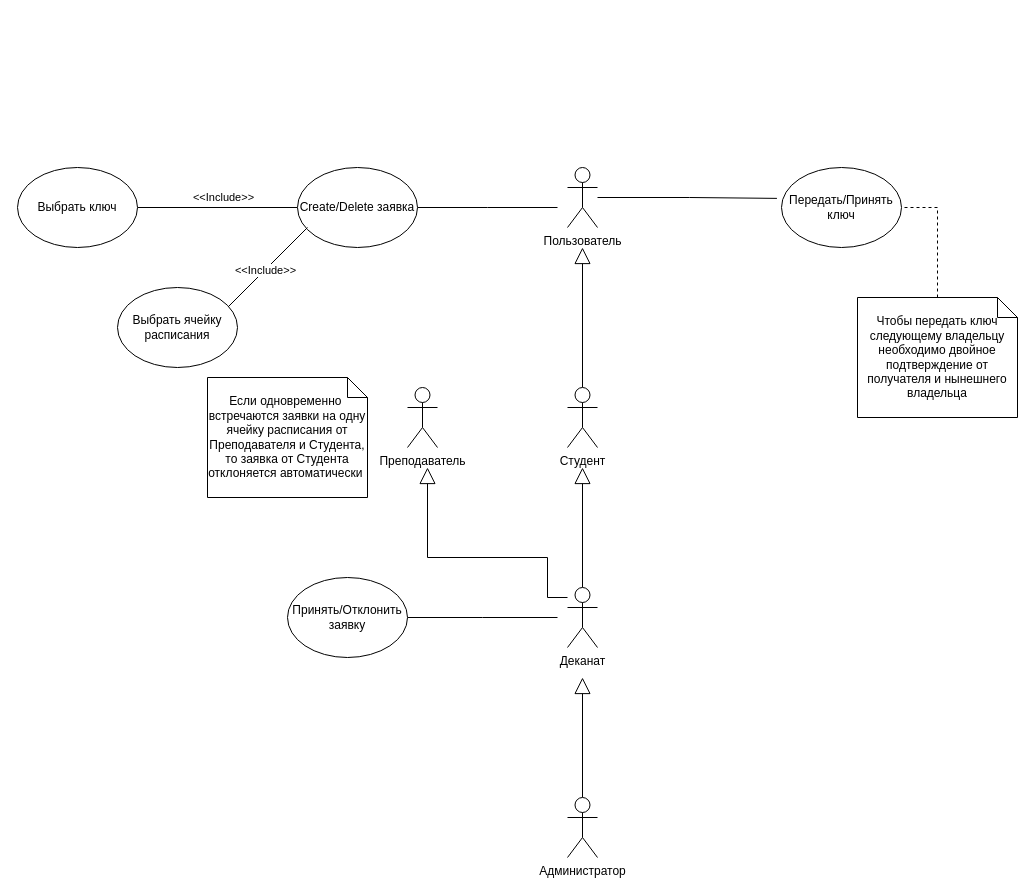
Before: UseCase.drawio in brunohits/Key-monitoring, a draw.io diagram. Source tidied: cells renumbered, new cells numbered last; positions are measured from the earlier drawing's top-left corner, leaving out a move shared by most shapes. Both pictures are drawn from the tidied source at 100%, with x=0, y=0 at pixel (17, 167).
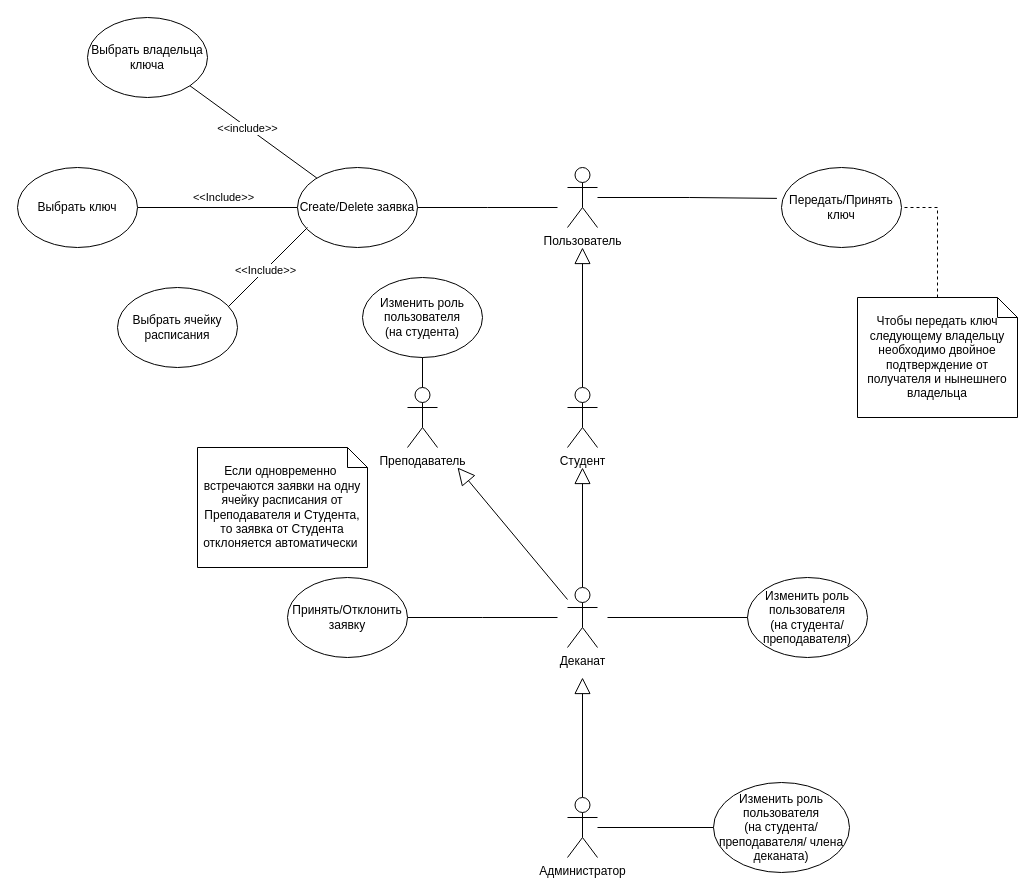
The same page after the edit.

Commit message:
Обновление диаграммы вариантов использования

Добавлены новые сценарии для Деканата, Преподавателя, Администратора, также дополнен сценарий "CD заявка"

Unchanged cells that the change refers to:
```xml
<mxCell id="7" value="Деканат" style="shape=umlActor;verticalLabelPosition=bottom;verticalAlign=top;html=1;outlineConnect=0;" parent="1" vertex="1">
  <mxGeometry x="550" y="420" width="30" height="60" as="geometry" />
</mxCell>
<mxCell id="13" value="Create/Delete заявка" style="ellipse;whiteSpace=wrap;html=1;" parent="1" vertex="1">
  <mxGeometry x="280" width="120" height="80" as="geometry" />
</mxCell>
<mxCell id="20" value="Преподаватель" style="shape=umlActor;verticalLabelPosition=bottom;verticalAlign=top;html=1;outlineConnect=0;" parent="1" vertex="1">
  <mxGeometry x="390" y="220" width="30" height="60" as="geometry" />
</mxCell>
```

The edit, as a diff of the source:
```diff
@@
-    <mxCell id="6" style="edgeStyle=orthogonalEdgeStyle;rounded=0;jettySize=auto;html=1;endArrow=block;endFill=0;endSize=14;" parent="1" edge="1" source="7">
-      <mxGeometry relative="1" as="geometry">
-        <mxPoint x="410" y="300" as="targetPoint" />
-        <Array as="points">
-          <mxPoint x="530" y="430" />
-          <mxPoint x="530" y="390" />
-          <mxPoint x="410" y="390" />
-        </Array>
-      </mxGeometry>
-    </mxCell>
@@
     <mxCell id="21" value="Если одновременно&amp;nbsp;&lt;br&gt;встречаются заявки на одну ячейку расписания от Преподавателя и Студента, то заявка от Студента отклоняется автоматически&amp;nbsp;" style="shape=note;size=20;whiteSpace=wrap;html=1;" parent="1" vertex="1">
-      <mxGeometry x="190" y="210" width="160" height="120" as="geometry" />
+      <mxGeometry x="180" y="280" width="170" height="120" as="geometry" />
     </mxCell>
@@
+    <mxCell id="26" value="Выбрать владельца ключа" style="ellipse;whiteSpace=wrap;html=1;" parent="1" vertex="1">
+      <mxGeometry x="70" y="-150" width="120" height="80" as="geometry" />
+    </mxCell>
+    <mxCell id="27" style="endArrow=none;html=1;rounded=0;exitX=1;exitY=1;exitDx=0;exitDy=0;" parent="1" edge="1" source="26" target="13">
+      <mxGeometry relative="1" as="geometry" />
+    </mxCell>
+    <mxCell id="28" value="&amp;lt;&amp;lt;include&amp;gt;&amp;gt;" style="edgeLabel;html=1;align=center;verticalAlign=middle;" parent="27" vertex="1">
+      <mxGeometry x="0.03" y="3" relative="1" as="geometry">
+        <mxPoint x="-10" y="-3" as="offset" />
+      </mxGeometry>
+    </mxCell>
+    <mxCell id="29" style="endArrow=block;html=1;rounded=0;startArrow=none;startFill=0;endFill=0;startSize=9;endSize=15;" parent="1" edge="1" source="7">
+      <mxGeometry relative="1" as="geometry">
+        <mxPoint x="440" y="300" as="targetPoint" />
+      </mxGeometry>
+    </mxCell>
+    <mxCell id="30" value="Изменить роль пользователя&lt;div&gt;(на студента)&lt;/div&gt;" style="ellipse;whiteSpace=wrap;html=1;" parent="1" vertex="1">
+      <mxGeometry x="345" y="110" width="120" height="80" as="geometry" />
+    </mxCell>
+    <mxCell id="31" style="edgeStyle=orthogonalEdgeStyle;rounded=0;jettySize=auto;html=1;entryX=0.5;entryY=0;entryDx=0;entryDy=0;entryPerimeter=0;endArrow=none;endFill=0;" parent="1" edge="1" source="30" target="20">
+      <mxGeometry relative="1" as="geometry" />
+    </mxCell>
+    <mxCell id="32" value="Изменить роль пользователя&lt;div&gt;(на студента/преподавателя)&lt;/div&gt;" style="ellipse;whiteSpace=wrap;html=1;" parent="1" vertex="1">
+      <mxGeometry x="730" y="410" width="120" height="80" as="geometry" />
+    </mxCell>
+    <mxCell id="33" style="endArrow=none;html=1;rounded=0;entryX=0;entryY=0.5;entryDx=0;entryDy=0;" parent="1" edge="1" target="32">
+      <mxGeometry relative="1" as="geometry">
+        <mxPoint x="590" y="450" as="sourcePoint" />
+      </mxGeometry>
+    </mxCell>
+    <mxCell id="34" value="Изменить роль пользователя&lt;div&gt;(на студента/преподавателя/ члена деканата)&lt;/div&gt;" style="ellipse;whiteSpace=wrap;html=1;" parent="1" vertex="1">
+      <mxGeometry x="696" y="615" width="136" height="90" as="geometry" />
+    </mxCell>
+    <mxCell id="35" style="endArrow=none;html=1;rounded=0;entryX=0;entryY=0.5;entryDx=0;entryDy=0;" parent="1" edge="1" target="34">
+      <mxGeometry relative="1" as="geometry">
+        <mxPoint x="580" y="660" as="sourcePoint" />
+      </mxGeometry>
+    </mxCell>
```
